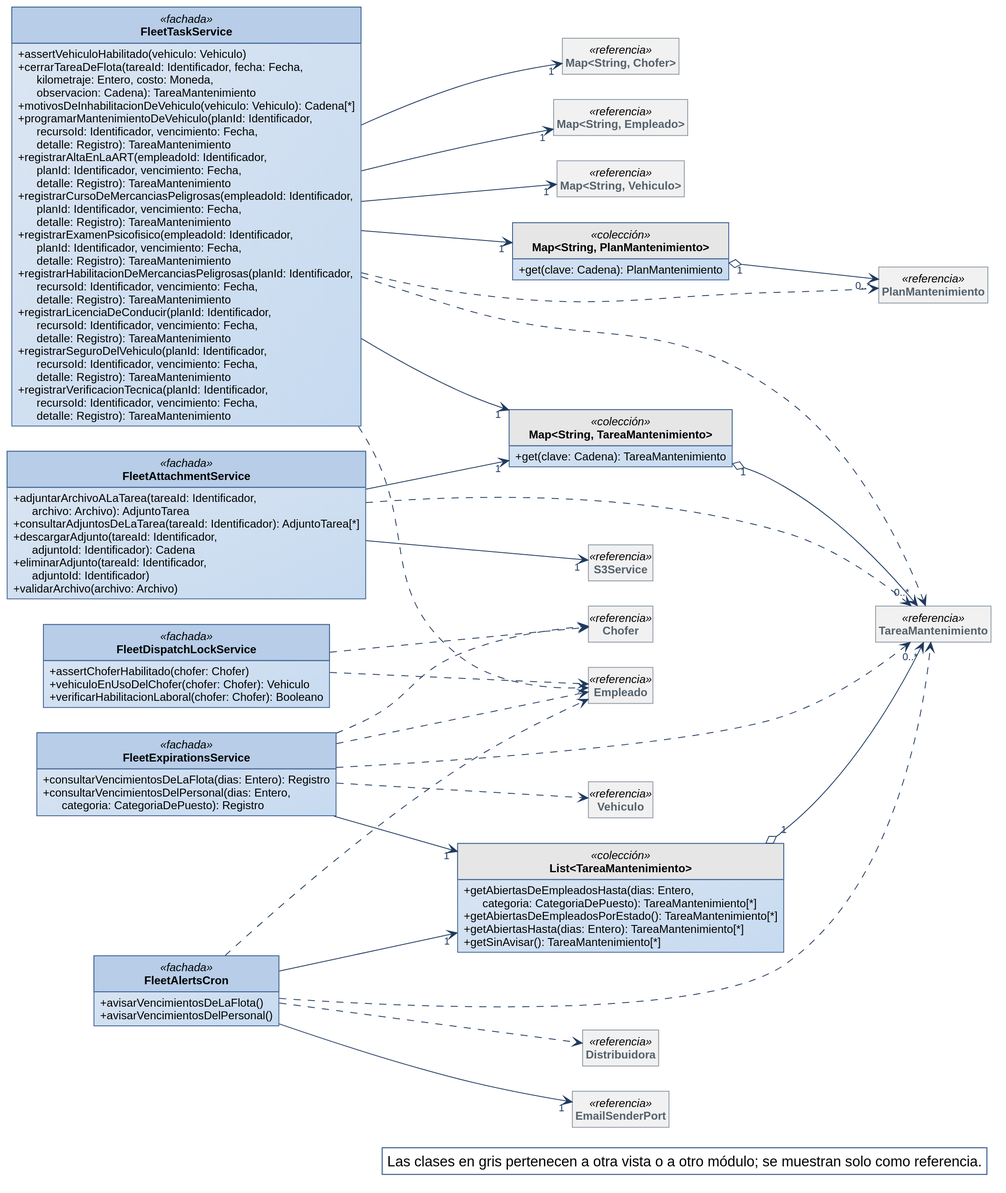
Earlier version of the PlantUML export diagramas/clases-diseno/DC_Mod_Flota-tareas.svg (Nahuelito-Dev/splg-docs).
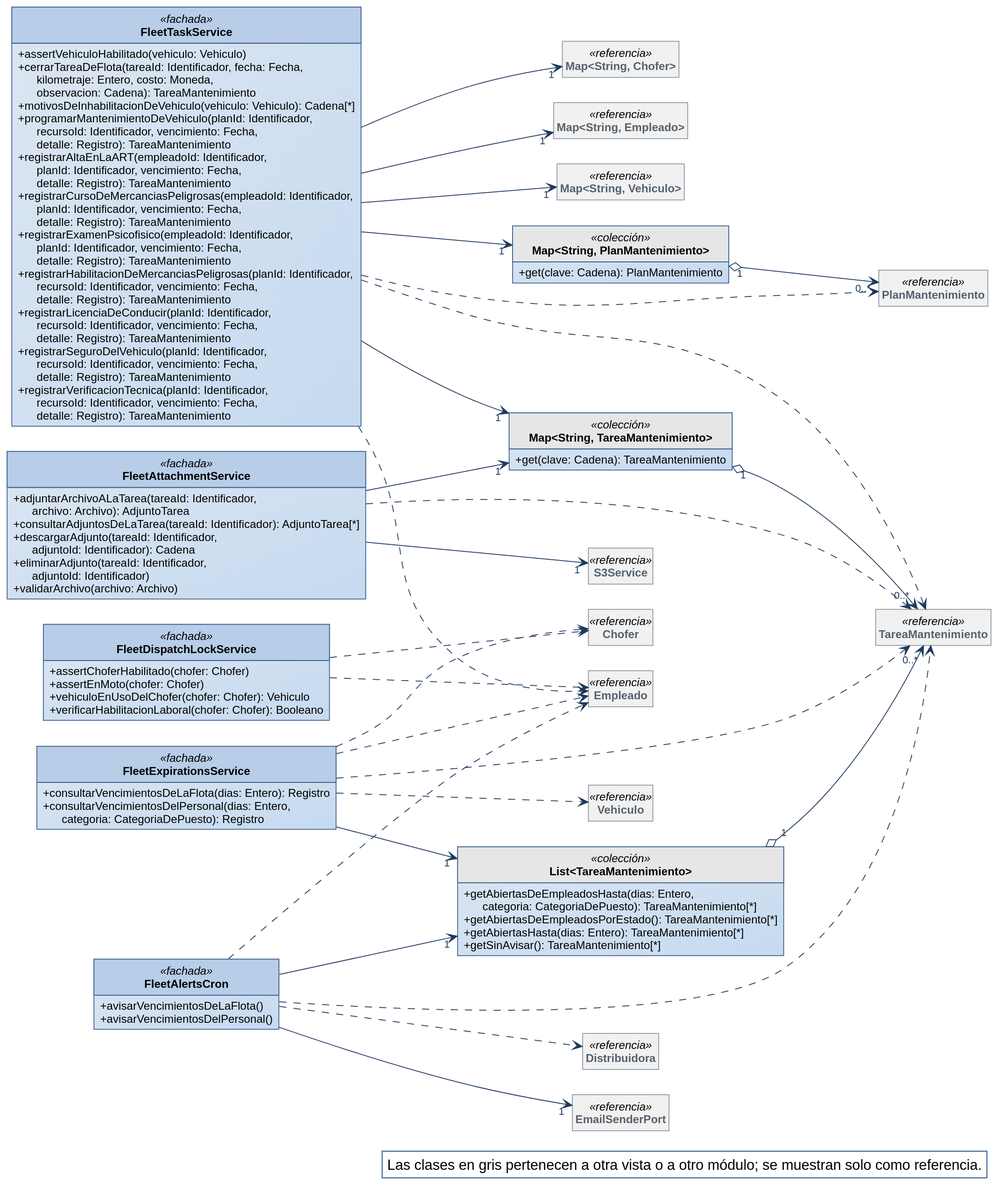
After the commit.

What changed in the source:
```diff
@@ -60,6 +60,7 @@
 }
 class FleetDispatchLockService <<fachada>> {
   + assertChoferHabilitado(chofer: Chofer)
+  + assertEnMoto(chofer: Chofer)
   + vehiculoEnUsoDelChofer(chofer: Chofer): Vehiculo
   + verificarHabilitacionLaboral(chofer: Chofer): Booleano
 }
```
